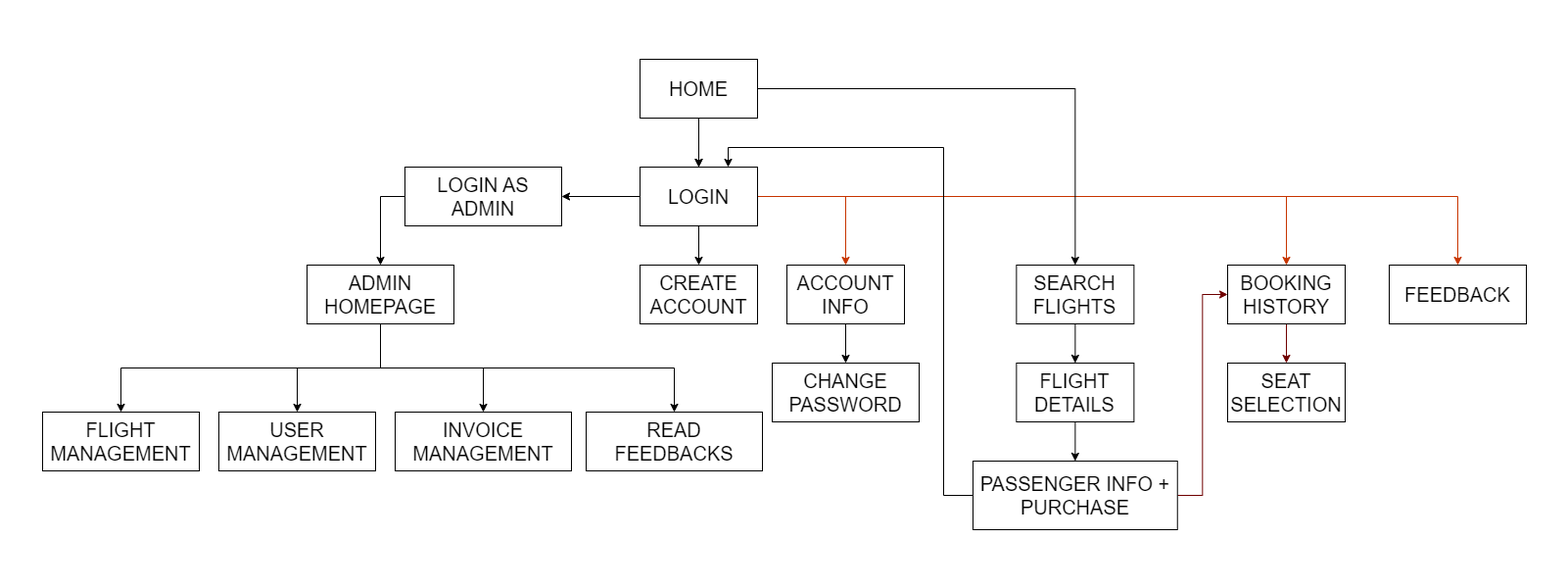
Earlier version of the draw.io export Sitemap/sitemap.png (duykasama/Flight-Booking-Website). Source tidied: cells renumbered, new cells last; positions are measured from the earlier drawing's top-left corner, leaving out a move shared by most shapes.
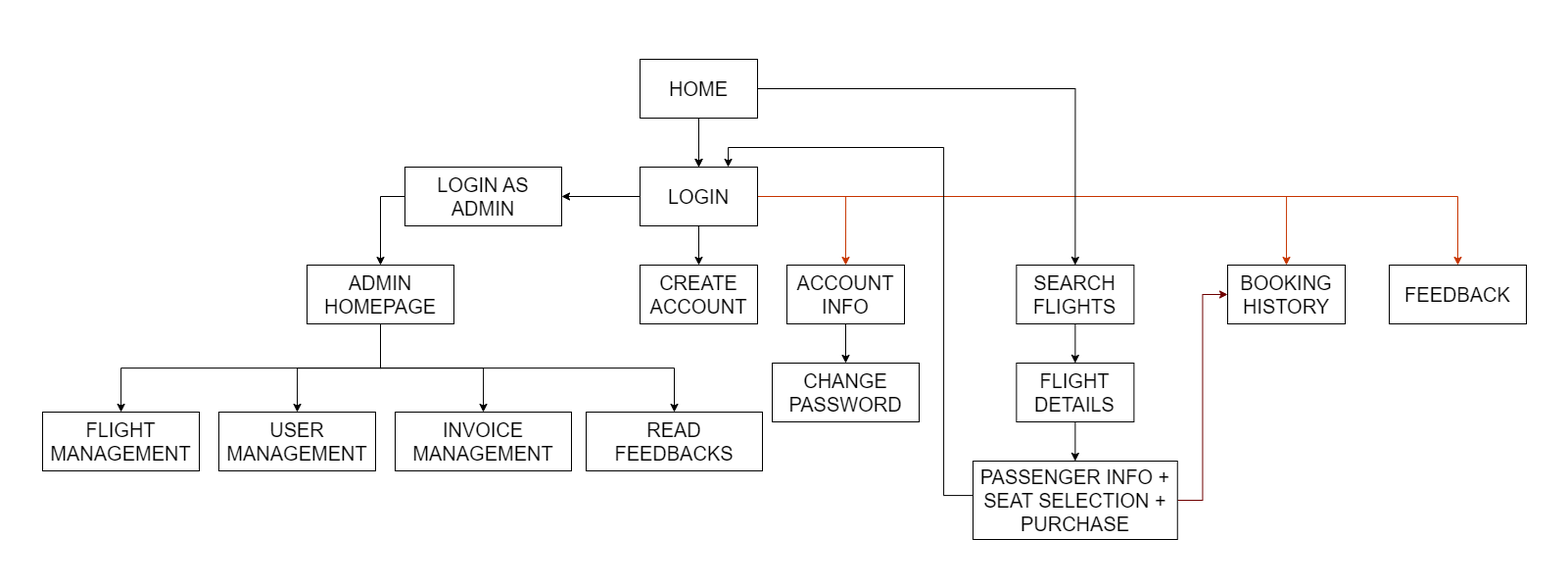
After the commit.

What changed in the source:
```diff
@@ -68,9 +68,6 @@
     <mxCell id="23" value="FEEDBACK" style="whiteSpace=wrap;html=1;fontSize=20;" parent="1" vertex="1">
       <mxGeometry x="1375" y="210" width="140" height="60" as="geometry" />
     </mxCell>
-    <mxCell id="24" style="edgeStyle=orthogonalEdgeStyle;rounded=0;jettySize=auto;html=1;exitX=0.5;exitY=1;exitDx=0;exitDy=0;entryX=0.5;entryY=0;entryDx=0;entryDy=0;fontSize=20;fillColor=#a20025;strokeColor=#6F0000;jumpSize=30;" parent="1" edge="1" source="25" target="33">
-      <mxGeometry relative="1" as="geometry" />
-    </mxCell>
     <mxCell id="25" value="BOOKING HISTORY" style="whiteSpace=wrap;html=1;fontSize=20;" parent="1" vertex="1">
       <mxGeometry x="1210" y="210" width="120" height="60" as="geometry" />
     </mxCell>
@@ -98,12 +95,9 @@
     <mxCell id="31" style="edgeStyle=orthogonalEdgeStyle;rounded=0;jettySize=auto;html=1;exitX=1;exitY=0.5;exitDx=0;exitDy=0;entryX=0;entryY=0.5;entryDx=0;entryDy=0;fontSize=20;jumpSize=30;fillColor=#a20025;strokeColor=#6F0000;" parent="1" edge="1" source="32" target="25">
       <mxGeometry relative="1" as="geometry" />
     </mxCell>
-    <mxCell id="32" value="PASSENGER INFO + PURCHASE" style="whiteSpace=wrap;html=1;fontSize=20;" parent="1" vertex="1">
-      <mxGeometry x="950" y="410" width="208.8" height="70" as="geometry" />
+    <mxCell id="32" value="PASSENGER INFO + SEAT SELECTION + PURCHASE" style="whiteSpace=wrap;html=1;fontSize=20;" parent="1" vertex="1">
+      <mxGeometry x="950" y="410" width="208.8" height="80" as="geometry" />
     </mxCell>
-    <mxCell id="33" value="SEAT SELECTION" style="whiteSpace=wrap;html=1;fontSize=20;" parent="1" vertex="1">
-      <mxGeometry x="1210" y="310" width="120" height="60" as="geometry" />
-    </mxCell>
     <mxCell id="34" value="CREATE ACCOUNT" style="whiteSpace=wrap;html=1;fontSize=20;" parent="1" vertex="1">
       <mxGeometry x="610" y="210" width="120" height="60" as="geometry" />
     </mxCell>
```
